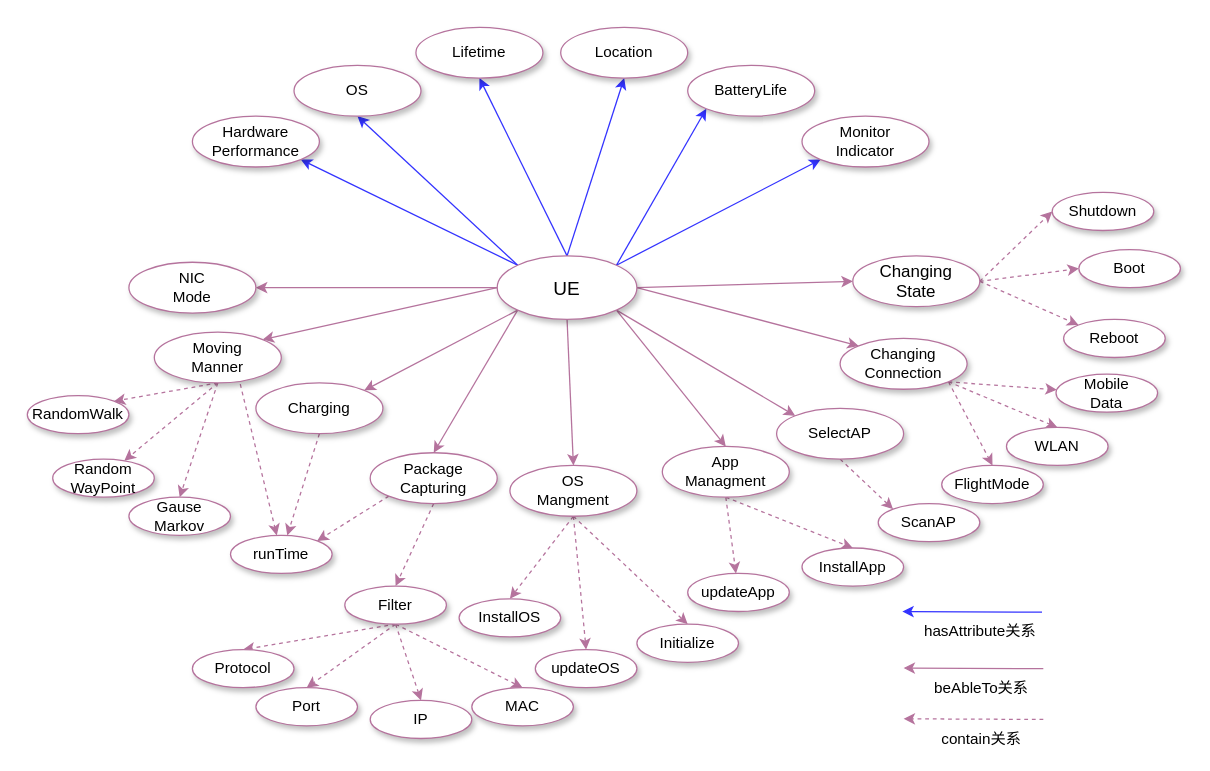
Earlier version of the draw.io diagram page "Page-3" (3 of 3) of 描述语言RDF图.drawio (Icarus1994/neutron_conf). Source tidied: cells renumbered, new cells numbered last; positions are measured from the earlier drawing's top-left corner, leaving out a move shared by most shapes. Both pictures are drawn from the tidied source at 127%, with x=0, y=0 at pixel (27, 27).
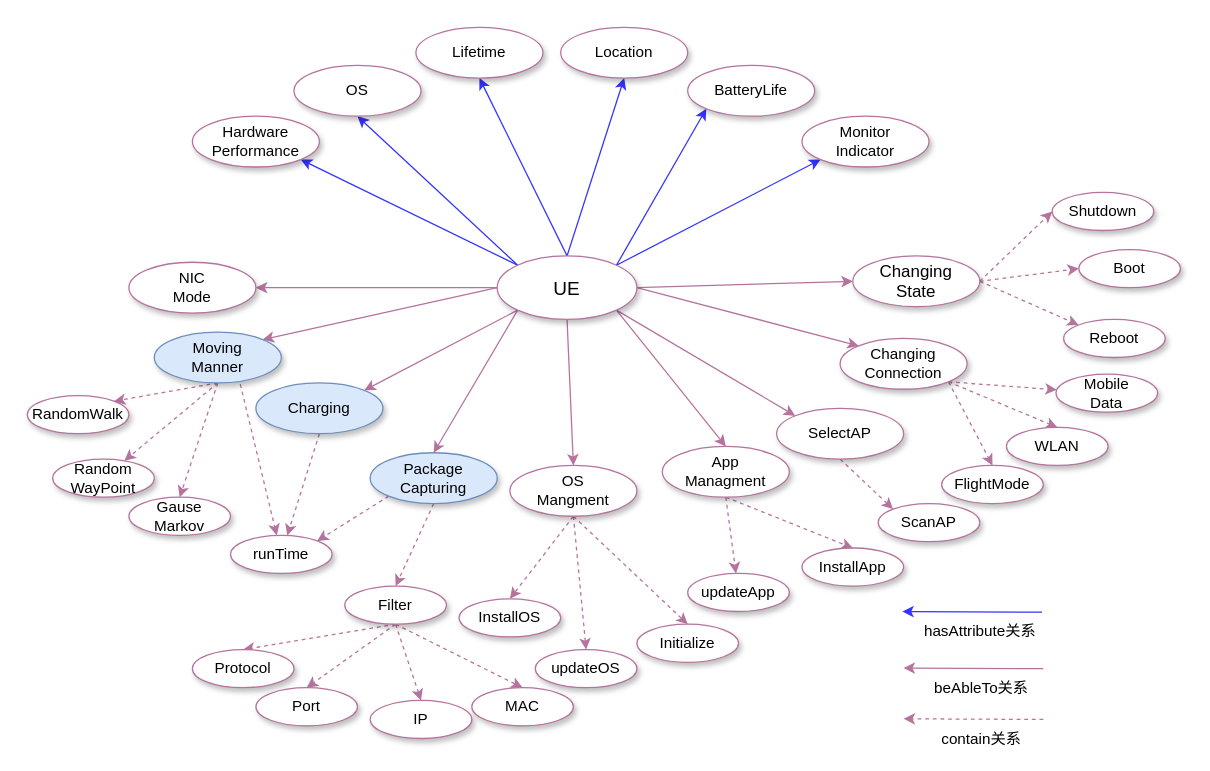
The same diagram, later.

Commit message:
Update 描述语言RDF图.drawio

Diff of the diagram source:
```diff
@@
-    <mxCell id="25" value="Charging" style="ellipse;whiteSpace=wrap;html=1;align=center;shadow=1;fillColor=#FFFFFF;strokeColor=#B5739D;" parent="1" vertex="1">
+    <mxCell id="25" value="Charging" style="ellipse;whiteSpace=wrap;html=1;align=center;shadow=1;fillColor=#dae8fc;strokeColor=#6c8ebf;" parent="1" vertex="1">
       <mxGeometry x="180" y="280" width="100" height="40" as="geometry" />
     </mxCell>
@@
-    <mxCell id="29" value="Package&lt;br&gt;Capturing" style="ellipse;whiteSpace=wrap;html=1;align=center;shadow=1;fillColor=#FFFFFF;strokeColor=#B5739D;" parent="1" vertex="1">
+    <mxCell id="29" value="Package&lt;br&gt;Capturing" style="ellipse;whiteSpace=wrap;html=1;align=center;shadow=1;fillColor=#dae8fc;strokeColor=#6c8ebf;" parent="1" vertex="1">
       <mxGeometry x="270" y="335" width="100" height="40" as="geometry" />
     </mxCell>
@@
-    <mxCell id="47" value="Moving&lt;br&gt;Manner" style="ellipse;whiteSpace=wrap;html=1;align=center;shadow=1;fillColor=#FFFFFF;strokeColor=#B5739D;" parent="1" vertex="1">
+    <mxCell id="47" value="Moving&lt;br&gt;Manner" style="ellipse;whiteSpace=wrap;html=1;align=center;shadow=1;fillColor=#dae8fc;strokeColor=#6c8ebf;" parent="1" vertex="1">
       <mxGeometry x="100" y="240" width="100" height="40" as="geometry" />
     </mxCell>
```
